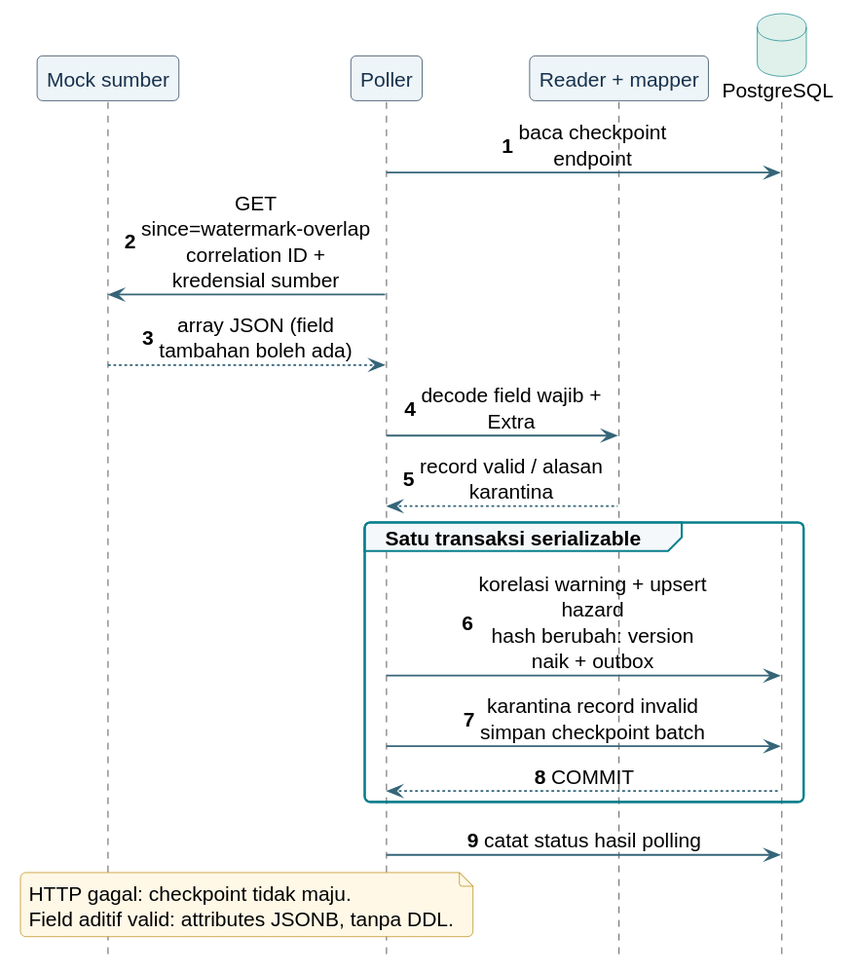
Before: docs/laporan/assets/figures/02-ingest.svg, a diagram exported from PlantUML (WwzFwz/AkuAnakTehat). Source of this version:
```plantuml
@startuml
!include theme.puml
hide footbox
autonumber
participant "Mock sumber" as source
participant "Poller" as poll
participant "Reader + mapper" as map
database "PostgreSQL" as db
poll -> db : baca checkpoint endpoint
poll -> source : GET since=watermark-overlap\ncorrelation ID + kredensial sumber
source --> poll : array JSON (field tambahan boleh ada)
poll -> map : decode field wajib + Extra
map --> poll : record valid / alasan karantina
group Satu transaksi serializable
poll -> db : korelasi warning + upsert hazard\nhash berubah: version naik + outbox
poll -> db : karantina record invalid\nsimpan checkpoint batch
db --> poll : COMMIT
end
poll -> db : catat status hasil polling
note over source,poll
HTTP gagal: checkpoint tidak maju.
Field aditif valid: attributes JSONB, tanpa DDL.
end note
@enduml
```
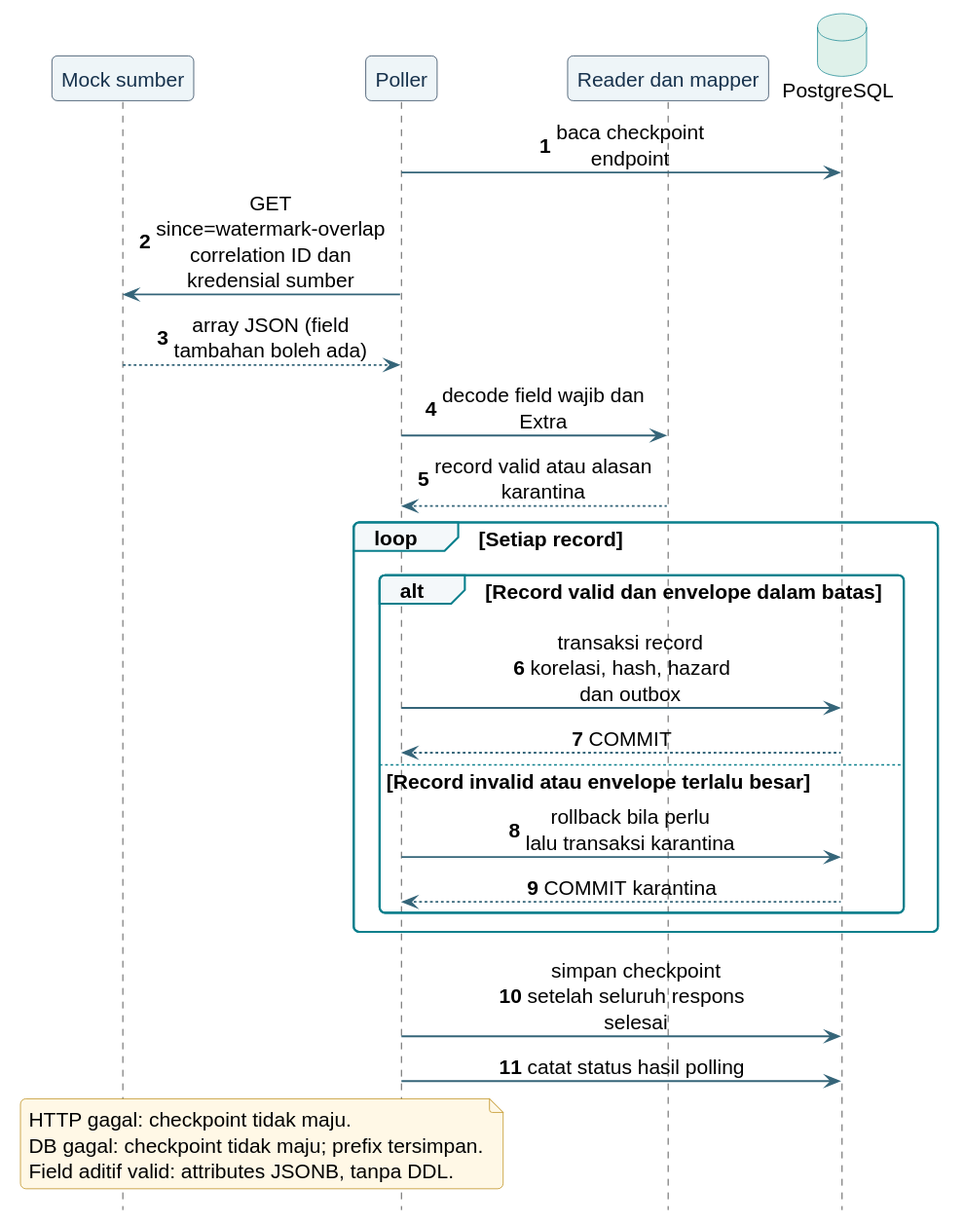
The same diagram one commit later.

The edit, as a diff of the source:
```diff
@@ -4,21 +4,27 @@
 autonumber
 participant "Mock sumber" as source
 participant "Poller" as poll
-participant "Reader + mapper" as map
+participant "Reader dan mapper" as map
 database "PostgreSQL" as db
 poll -> db : baca checkpoint endpoint
-poll -> source : GET since=watermark-overlap\ncorrelation ID + kredensial sumber
+poll -> source : GET since=watermark-overlap\ncorrelation ID dan kredensial sumber
 source --> poll : array JSON (field tambahan boleh ada)
-poll -> map : decode field wajib + Extra
-map --> poll : record valid / alasan karantina
-group Satu transaksi serializable
-poll -> db : korelasi warning + upsert hazard\nhash berubah: version naik + outbox
-poll -> db : karantina record invalid\nsimpan checkpoint batch
+poll -> map : decode field wajib dan Extra
+map --> poll : record valid atau alasan karantina
+loop Setiap record
+alt Record valid dan envelope dalam batas
+poll -> db : transaksi record\nkorelasi, hash, hazard dan outbox
 db --> poll : COMMIT
+else Record invalid atau envelope terlalu besar
+poll -> db : rollback bila perlu\nlalu transaksi karantina
+db --> poll : COMMIT karantina
 end
+end
+poll -> db : simpan checkpoint setelah seluruh respons selesai
 poll -> db : catat status hasil polling
 note over source,poll
 HTTP gagal: checkpoint tidak maju.
+DB gagal: checkpoint tidak maju; prefix tersimpan.
 Field aditif valid: attributes JSONB, tanpa DDL.
 end note
 @enduml
```
